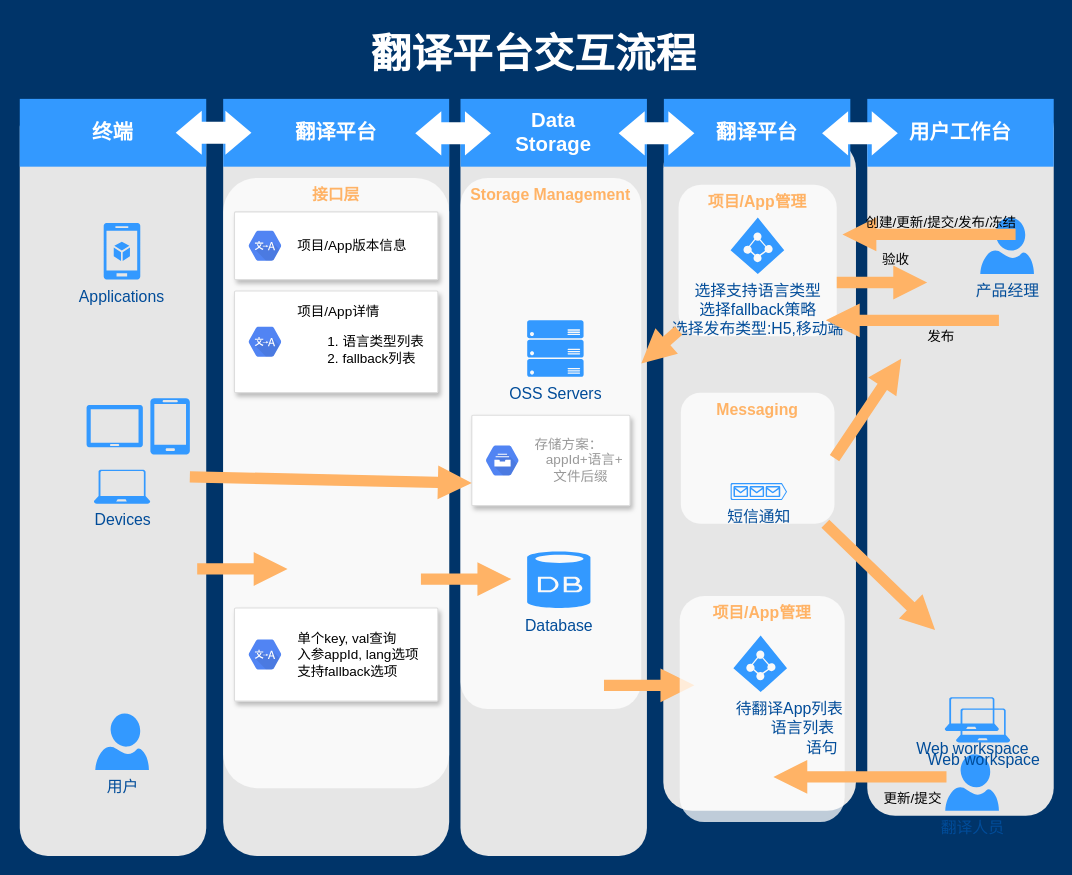
Before: craft/frontend_local.drawio in feihu618/drawio, a draw.io diagram. Source tidied: cells renumbered, new cells numbered last; positions are measured from the earlier drawing's top-left corner, leaving out a move shared by most shapes. Both pictures are drawn from the tidied source at 113%, with x=0, y=0 at pixel (19, 19).
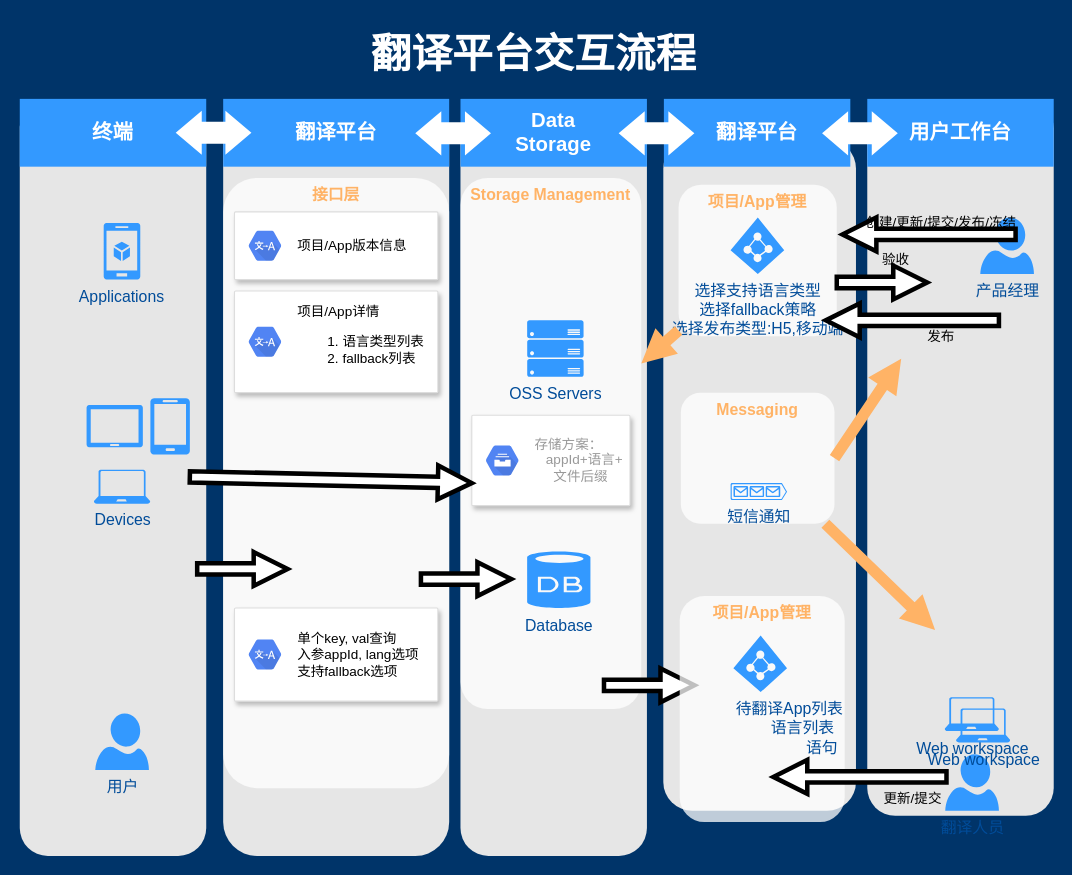
The same page after the edit.

Unchanged cells that the change refers to:
```xml
<mxCell id="26" value="项目/App管理" style="rounded=1;whiteSpace=wrap;html=1;dashed=1;strokeColor=none;strokeWidth=2;fillColor=#FFFFFF;fontFamily=Helvetica;fontSize=14;fontColor=#FFB366;opacity=75;verticalAlign=top;fontStyle=1;" parent="1" vertex="1">
  <mxGeometry x="583" y="146" width="140" height="134" as="geometry" />
</mxCell>
<mxCell id="31" value="产品经理" style="verticalLabelPosition=bottom;html=1;verticalAlign=top;strokeColor=none;fillColor=#3399FF;shape=mxgraph.azure.user;dashed=1;fontFamily=Helvetica;fontSize=14;fontColor=#004C99;" parent="1" vertex="1">
  <mxGeometry x="850" y="175" width="47.5" height="50" as="geometry" />
</mxCell>
<mxCell id="55" style="strokeColor=#dddddd;shadow=1;strokeWidth=1;rounded=1;absoluteArcSize=1;arcSize=2;fontColor=#000000;align=left;" parent="1" vertex="1">
  <mxGeometry x="400" y="350" width="140" height="80" as="geometry" />
</mxCell>
```

The edit, as a diff of the source:
```diff
@@
-    <mxCell id="33" style="arrow;html=1;endArrow=block;endFill=1;strokeColor=none;strokeWidth=4;fontFamily=Helvetica;fontSize=36;fontColor=#FFB366;fillColor=#FFB366;" parent="1" edge="1">
+    <mxCell id="33" style="arrow;html=1;endArrow=block;endFill=1;strokeWidth=4;fontFamily=Helvetica;fontSize=36;fontColor=#FFB366;" parent="1" edge="1">
       <mxGeometry relative="1" as="geometry">
         <mxPoint x="723" y="232.5" as="sourcePoint" />
         <mxPoint x="803" y="232.5" as="targetPoint" />
       </mxGeometry>
     </mxCell>
-    <mxCell id="34" style="arrow;html=1;endArrow=block;endFill=1;strokeColor=none;strokeWidth=4;fontFamily=Helvetica;fontSize=36;fontColor=#FFB366;fillColor=#FFB366;" parent="1" edge="1">
+    <mxCell id="34" style="arrow;html=1;endArrow=block;endFill=1;strokeWidth=4;fontFamily=Helvetica;fontSize=36;fontColor=#FFB366;" parent="1" edge="1">
       <mxGeometry relative="1" as="geometry">
         <mxPoint x="517" y="589" as="sourcePoint" />
         <mxPoint x="597" y="589" as="targetPoint" />
       </mxGeometry>
     </mxCell>
-    <mxCell id="35" style="arrow;html=1;endArrow=block;endFill=1;strokeColor=none;strokeWidth=4;fontFamily=Helvetica;fontSize=36;fontColor=#FFB366;fillColor=#FFB366;" parent="1" edge="1">
+    <mxCell id="35" style="arrow;html=1;endArrow=block;endFill=1;strokeWidth=4;fontFamily=Helvetica;fontSize=36;fontColor=#FFB366;" parent="1" edge="1">
       <mxGeometry relative="1" as="geometry">
         <mxPoint x="355" y="495" as="sourcePoint" />
         <mxPoint x="435" y="495" as="targetPoint" />
       </mxGeometry>
     </mxCell>
-    <mxCell id="36" style="arrow;html=1;endArrow=block;endFill=1;strokeColor=none;strokeWidth=4;fontFamily=Helvetica;fontSize=36;fontColor=#FFB366;fillColor=#FFB366;" parent="1" edge="1">
+    <mxCell id="36" style="arrow;html=1;endArrow=block;endFill=1;strokeWidth=4;fontFamily=Helvetica;fontSize=36;fontColor=#FFB366;" parent="1" edge="1">
       <mxGeometry relative="1" as="geometry">
         <mxPoint x="157" y="486" as="sourcePoint" />
         <mxPoint x="237" y="486" as="targetPoint" />
       </mxGeometry>
     </mxCell>
-    <mxCell id="37" style="arrow;html=1;endArrow=block;endFill=1;strokeColor=none;strokeWidth=4;fontFamily=Helvetica;fontSize=36;fontColor=#FFB366;fillColor=#FFB366;entryX=1.036;entryY=0.328;entryDx=0;entryDy=0;entryPerimeter=0;exitX=0.658;exitY=0.299;exitDx=0;exitDy=0;exitPerimeter=0;" parent="1" edge="1" source="31" target="26">
+    <mxCell id="37" style="arrow;html=1;endArrow=block;endFill=1;strokeWidth=4;fontFamily=Helvetica;fontSize=36;fontColor=#FFB366;entryX=1.036;entryY=0.328;entryDx=0;entryDy=0;entryPerimeter=0;exitX=0.658;exitY=0.299;exitDx=0;exitDy=0;exitPerimeter=0;" parent="1" edge="1" source="31" target="26">
       <mxGeometry relative="1" as="geometry" />
     </mxCell>
-    <mxCell id="38" value="创建/更新/提交/发布/冻结" style="text;html=1;align=center;verticalAlign=middle;fillColor=none;strokeColor=none;rounded=0;" parent="1" vertex="1">
+    <mxCell id="38" value="创建/更新/提交/发布/冻结" style="text;html=1;align=center;verticalAlign=middle;rounded=0;" parent="1" vertex="1">
       <mxGeometry x="740" y="170" width="150" height="20" as="geometry" />
     </mxCell>
@@
-    <mxCell id="41" style="arrow;html=1;endArrow=block;endFill=1;strokeColor=none;strokeWidth=4;fontFamily=Helvetica;fontSize=36;fontColor=#FFB366;fillColor=#FFB366;entryX=1.036;entryY=0.328;entryDx=0;entryDy=0;entryPerimeter=0;exitX=0.658;exitY=0.299;exitDx=0;exitDy=0;exitPerimeter=0;" parent="1" edge="1">
+    <mxCell id="41" style="arrow;html=1;endArrow=block;endFill=1;strokeWidth=4;fontFamily=Helvetica;fontSize=36;fontColor=#FFB366;entryX=1.036;entryY=0.328;entryDx=0;entryDy=0;entryPerimeter=0;exitX=0.658;exitY=0.299;exitDx=0;exitDy=0;exitPerimeter=0;" parent="1" edge="1">
       <mxGeometry relative="1" as="geometry">
         <mxPoint x="866.5" y="266" as="sourcePoint" />
         <mxPoint x="713.3" y="266" as="targetPoint" />
       </mxGeometry>
     </mxCell>
@@
-    <mxCell id="47" style="arrow;html=1;endArrow=block;endFill=1;strokeColor=none;strokeWidth=4;fontFamily=Helvetica;fontSize=36;fontColor=#FFB366;fillColor=#FFB366;entryX=1.036;entryY=0.328;entryDx=0;entryDy=0;entryPerimeter=0;exitX=0.658;exitY=0.299;exitDx=0;exitDy=0;exitPerimeter=0;" parent="1" edge="1">
+    <mxCell id="47" style="arrow;html=1;endArrow=block;endFill=1;strokeWidth=4;fontFamily=Helvetica;fontSize=36;fontColor=#FFB366;entryX=1.036;entryY=0.328;entryDx=0;entryDy=0;entryPerimeter=0;exitX=0.658;exitY=0.299;exitDx=0;exitDy=0;exitPerimeter=0;" parent="1" edge="1">
       <mxGeometry relative="1" as="geometry">
         <mxPoint x="820.1" y="670" as="sourcePoint" />
         <mxPoint x="666.9" y="670" as="targetPoint" />
       </mxGeometry>
     </mxCell>
@@
-    <mxCell id="57" style="arrow;html=1;endArrow=block;endFill=1;strokeColor=none;strokeWidth=4;fontFamily=Helvetica;fontSize=36;fontColor=#FFB366;fillColor=#FFB366;entryX=0;entryY=0.75;entryDx=0;entryDy=0;" parent="1" edge="1" target="55">
+    <mxCell id="57" style="arrow;html=1;endArrow=block;endFill=1;strokeWidth=4;fontFamily=Helvetica;fontSize=36;fontColor=#FFB366;entryX=0;entryY=0.75;entryDx=0;entryDy=0;" parent="1" edge="1" target="55">
       <mxGeometry relative="1" as="geometry">
         <mxPoint x="150.5" y="404.5" as="sourcePoint" />
       </mxGeometry>
     </mxCell>
```
